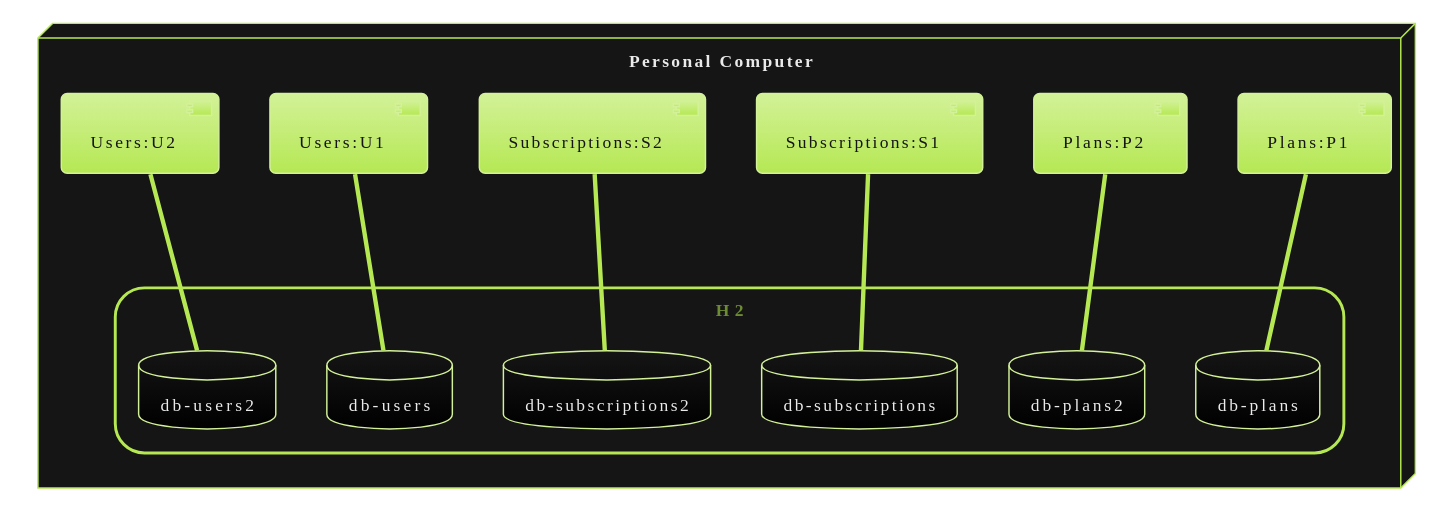
Earlier version of the PlantUML export sidis-project1-protobuf/docs/DD.svg (tam65r/protobuf-in-REST-aplication).
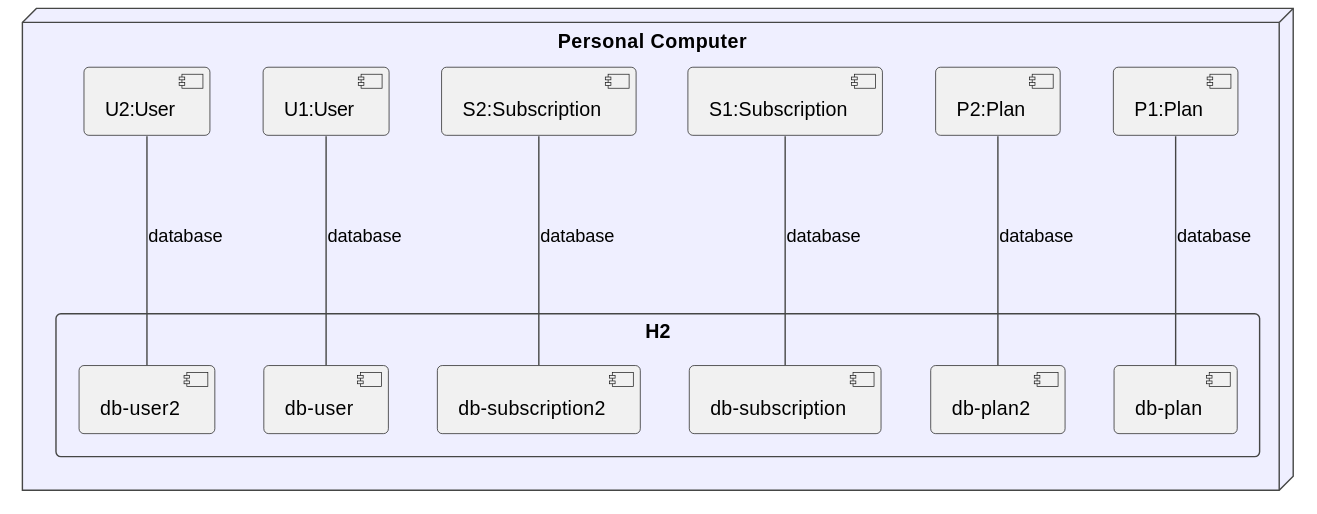
Later version of the same file.

Diff of the diagram source:
```diff
@@ -1,31 +1,33 @@
 @startuml
 
-!theme hacker
+!theme toy
 
+skinparam backgroundColor Transparent
+skinparam nodeBackgroundColor MOTIVATION
 node "Personal Computer" as sisdi {
-    component "Plans:P1" as p1
-    component "Plans:P2" as p2
-    component "Subscriptions:S1" as s1
-    component "Subscriptions:S2" as s2
-    component "Users:U1" as u1
-    component "Users:U2" as u2
+    component "P1:Plan" as p1
+    component "P2:Plan" as p2
+    component "S1:Subscription" as s1
+    component "S2:Subscription" as s2
+    component "U1:User" as u1
+    component "U2:User" as u2
 
     rectangle "H2" as h2  {
-        database "db-plans" as dbp
-        database "db-plans2" as dbp2
-        database "db-subscriptions" as dbs
-        database "db-subscriptions2" as dbs2
-        database "db-users" as dbu
-        database "db-users2" as dbu2
+        component "db-plan" as dbp
+        component "db-plan2" as dbp2
+        component "db-subscription" as dbs
+        component "db-subscription2" as dbs2
+        component "db-user" as dbu
+        component "db-user2" as dbu2
     }
 }
 
 
 
-p1 --- dbp
-p2 --- dbp2
-s1 --- dbs
-s2 --- dbs2
-u1 --- dbu
-u2 --- dbu2
+p1 --- dbp : database
+p2 --- dbp2: database
+s1 --- dbs: database
+s2 --- dbs2: database
+u1 --- dbu: database
+u2 --- dbu2: database
 @enduml
```
